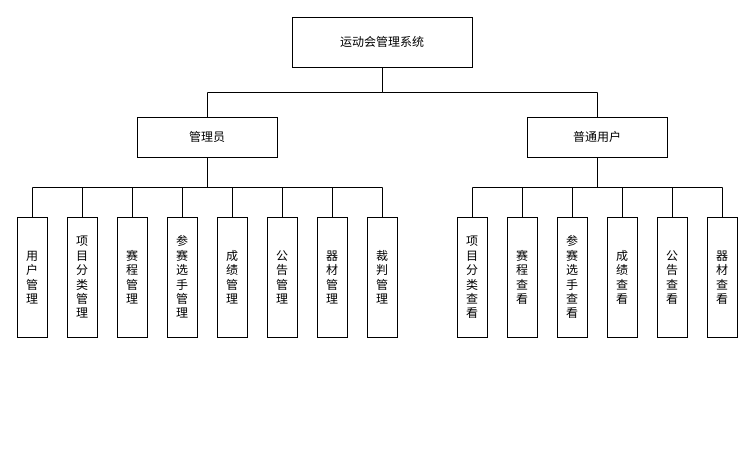
This is Untitled Diagram.drawio from narciso0504/jiangshijia, a draw.io file, before an edit. Source tidied: cells renumbered, new cells numbered last; positions are measured from the earlier drawing's top-left corner, leaving out a move shared by most shapes. Both pictures are drawn from the tidied source at 100%, with x=0, y=0 at pixel (17, 17).
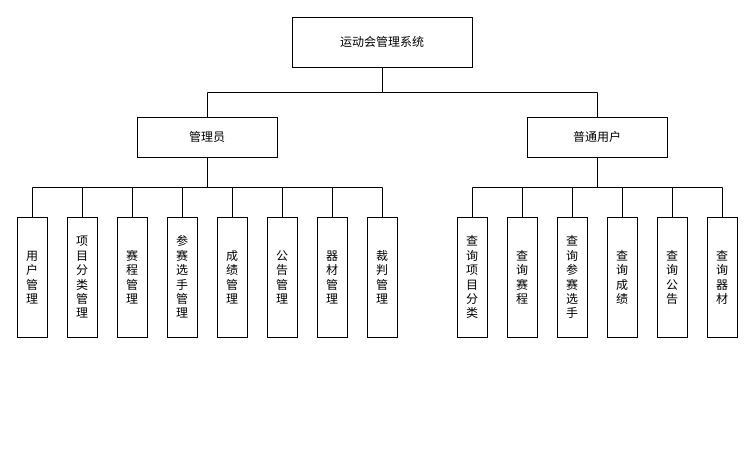
The same page after the edit.

The edit, as a diff of the source:
```diff
@@
-    <mxCell id="29" value="&lt;div&gt;项&lt;/div&gt;&lt;div&gt;目&lt;/div&gt;&lt;div&gt;分&lt;/div&gt;&lt;div&gt;类&lt;/div&gt;&lt;div&gt;查&lt;/div&gt;&lt;div&gt;看&lt;br&gt;&lt;/div&gt;" style="whiteSpace=wrap;html=1;rounded=0;shadow=0;glass=0;sketch=0;gradientColor=none;align=center;direction=south;" parent="1" vertex="1">
+    <mxCell id="29" value="&lt;div&gt;查&lt;/div&gt;&lt;div&gt;询&lt;br&gt;&lt;/div&gt;&lt;div&gt;项&lt;/div&gt;&lt;div&gt;目&lt;/div&gt;&lt;div&gt;分&lt;/div&gt;&lt;div&gt;类&lt;br&gt;&lt;/div&gt;" style="whiteSpace=wrap;html=1;rounded=0;shadow=0;glass=0;sketch=0;gradientColor=none;align=center;direction=south;" parent="1" vertex="1">
       <mxGeometry x="440" y="200" width="30" height="120" as="geometry" />
     </mxCell>
-    <mxCell id="30" value="&lt;div&gt;赛&lt;/div&gt;&lt;div&gt;程&lt;/div&gt;&lt;div&gt;查&lt;/div&gt;&lt;div&gt;看&lt;br&gt;&lt;/div&gt;" style="whiteSpace=wrap;html=1;rounded=0;shadow=0;glass=0;sketch=0;gradientColor=none;align=center;direction=south;" parent="1" vertex="1">
+    <mxCell id="30" value="&lt;div&gt;查&lt;/div&gt;&lt;div&gt;询&lt;br&gt;&lt;/div&gt;&lt;div&gt;赛&lt;/div&gt;&lt;div&gt;程&lt;br&gt;&lt;/div&gt;" style="whiteSpace=wrap;html=1;rounded=0;shadow=0;glass=0;sketch=0;gradientColor=none;align=center;direction=south;" parent="1" vertex="1">
       <mxGeometry x="490" y="200" width="30" height="120" as="geometry" />
     </mxCell>
-    <mxCell id="31" value="&lt;div&gt;成&lt;/div&gt;&lt;div&gt;绩&lt;/div&gt;&lt;div&gt;查&lt;/div&gt;&lt;div&gt;看&lt;br&gt;&lt;/div&gt;" style="whiteSpace=wrap;html=1;rounded=0;shadow=0;glass=0;sketch=0;gradientColor=none;align=center;direction=south;" parent="1" vertex="1">
+    <mxCell id="31" value="&lt;div&gt;查&lt;/div&gt;&lt;div&gt;询&lt;/div&gt;&lt;div&gt;成&lt;/div&gt;&lt;div&gt;绩&lt;/div&gt;" style="whiteSpace=wrap;html=1;rounded=0;shadow=0;glass=0;sketch=0;gradientColor=none;align=center;direction=south;" parent="1" vertex="1">
       <mxGeometry x="590" y="200" width="30" height="120" as="geometry" />
     </mxCell>
-    <mxCell id="32" value="&lt;div&gt;参&lt;/div&gt;&lt;div&gt;赛&lt;/div&gt;&lt;div&gt;选&lt;/div&gt;&lt;div&gt;手&lt;/div&gt;&lt;div&gt;查&lt;/div&gt;&lt;div&gt;看&lt;br&gt;&lt;/div&gt;" style="whiteSpace=wrap;html=1;rounded=0;shadow=0;glass=0;sketch=0;gradientColor=none;align=center;direction=south;" parent="1" vertex="1">
+    <mxCell id="32" value="&lt;div&gt;查&lt;/div&gt;&lt;div&gt;询&lt;br&gt;&lt;/div&gt;&lt;div&gt;参&lt;/div&gt;&lt;div&gt;赛&lt;/div&gt;&lt;div&gt;选&lt;/div&gt;&lt;div&gt;手&lt;br&gt;&lt;/div&gt;" style="whiteSpace=wrap;html=1;rounded=0;shadow=0;glass=0;sketch=0;gradientColor=none;align=center;direction=south;" parent="1" vertex="1">
       <mxGeometry x="540" y="200" width="30" height="120" as="geometry" />
     </mxCell>
-    <mxCell id="33" value="&lt;div&gt;公&lt;/div&gt;&lt;div&gt;告&lt;/div&gt;&lt;div&gt;查&lt;/div&gt;&lt;div&gt;看&lt;br&gt;&lt;/div&gt;" style="whiteSpace=wrap;html=1;rounded=0;shadow=0;glass=0;sketch=0;gradientColor=none;align=center;direction=south;" parent="1" vertex="1">
+    <mxCell id="33" value="&lt;div&gt;查&lt;/div&gt;&lt;div&gt;询&lt;/div&gt;&lt;div&gt;公&lt;/div&gt;&lt;div&gt;告&lt;/div&gt;" style="whiteSpace=wrap;html=1;rounded=0;shadow=0;glass=0;sketch=0;gradientColor=none;align=center;direction=south;" parent="1" vertex="1">
       <mxGeometry x="640" y="200" width="30" height="120" as="geometry" />
     </mxCell>
-    <mxCell id="34" value="&lt;div&gt;器&lt;/div&gt;&lt;div&gt;材&lt;/div&gt;&lt;div&gt;查&lt;/div&gt;&lt;div&gt;看&lt;br&gt;&lt;/div&gt;" style="whiteSpace=wrap;html=1;rounded=0;shadow=0;glass=0;sketch=0;gradientColor=none;align=center;direction=south;" parent="1" vertex="1">
+    <mxCell id="34" value="&lt;div&gt;查&lt;/div&gt;&lt;div&gt;询&lt;/div&gt;&lt;div&gt;器&lt;/div&gt;&lt;div&gt;材&lt;br&gt;&lt;/div&gt;" style="whiteSpace=wrap;html=1;rounded=0;shadow=0;glass=0;sketch=0;gradientColor=none;align=center;direction=south;" parent="1" vertex="1">
       <mxGeometry x="690" y="200" width="30" height="120" as="geometry" />
     </mxCell>
```
